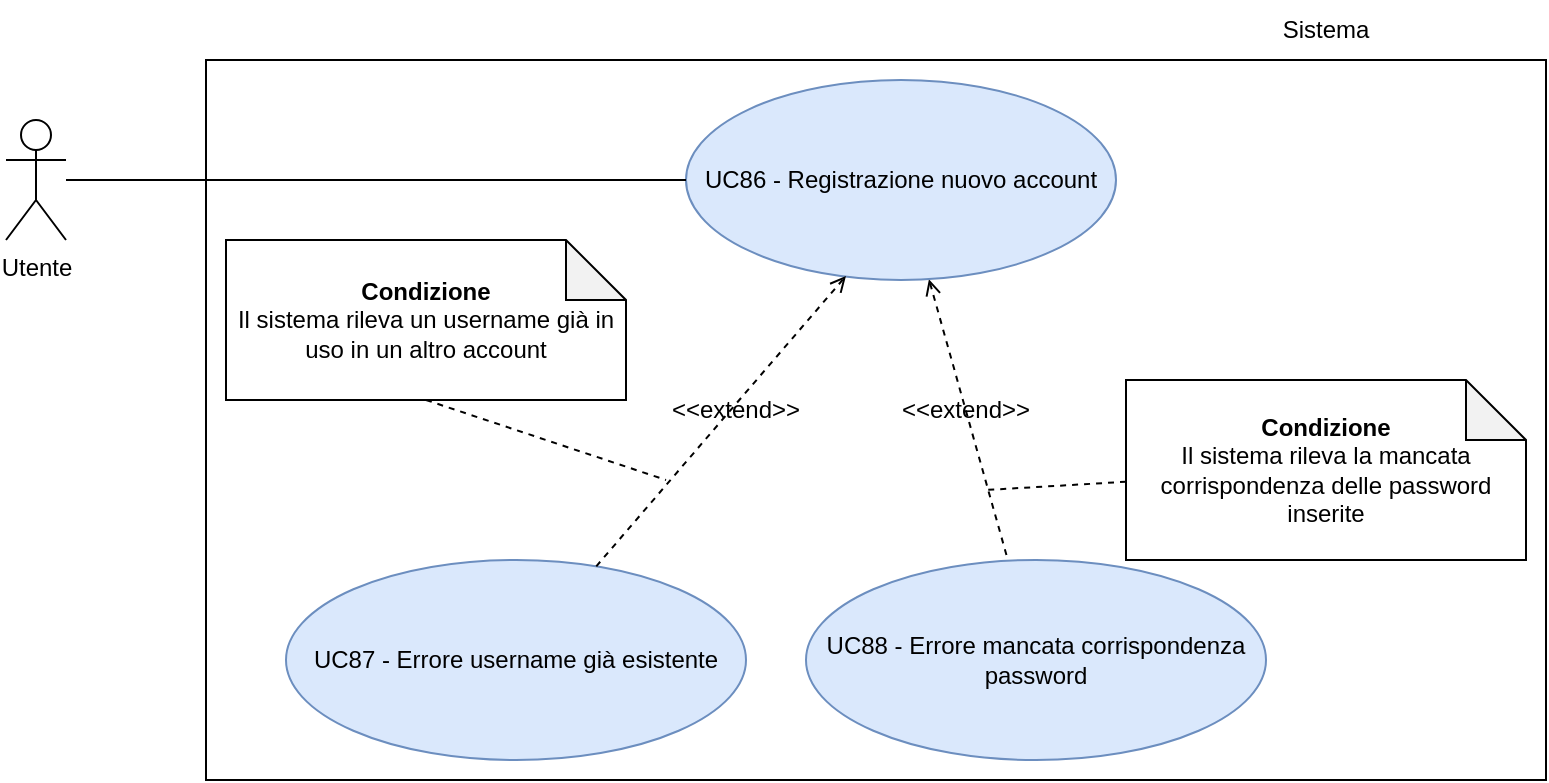
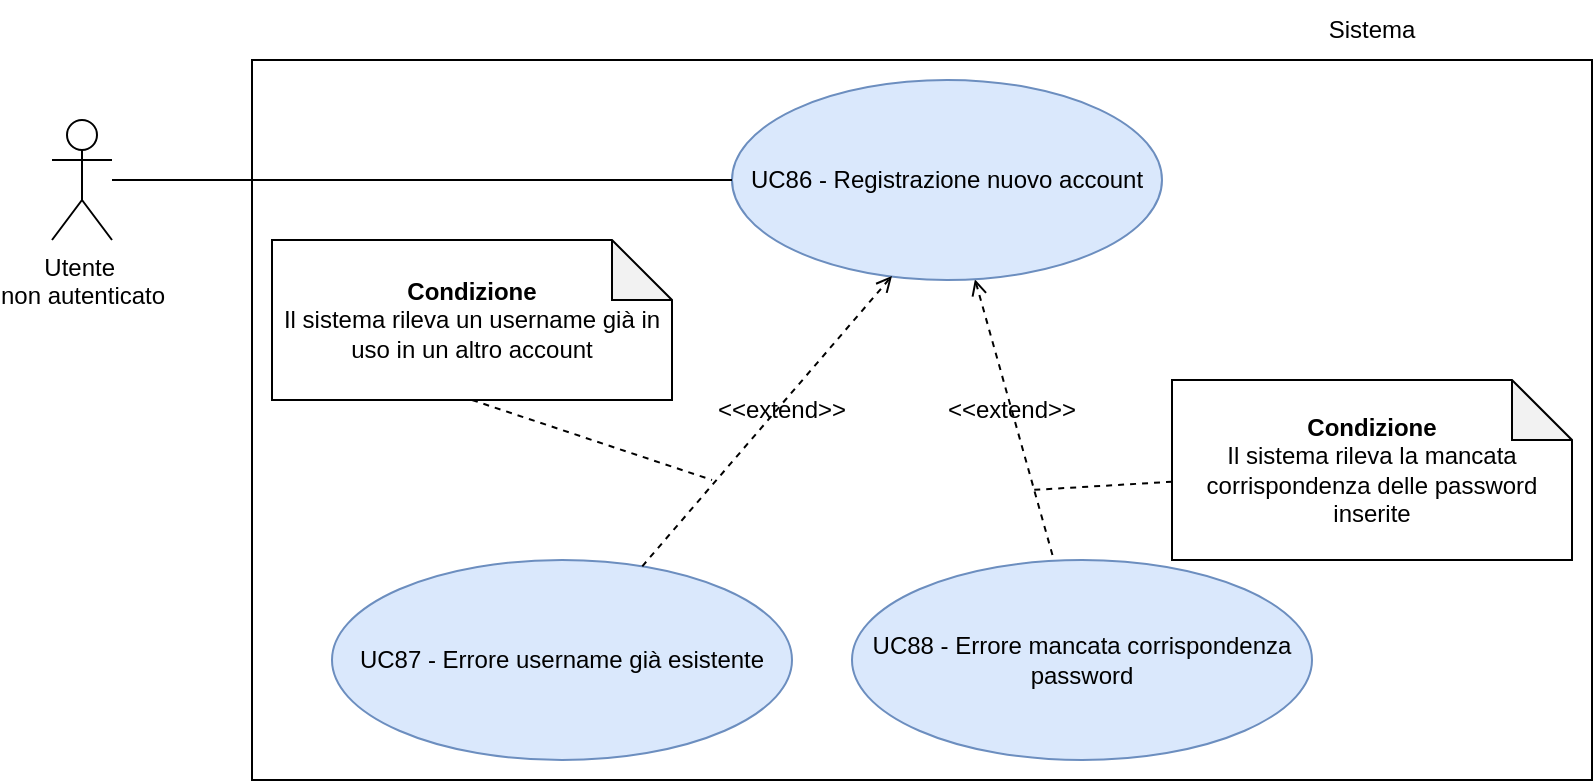
<mxfile host="Electron" agent="Mozilla/5.0 (Macintosh; Intel Mac OS X 10_15_7) AppleWebKit/537.36 (KHTML, like Gecko) draw.io/29.6.6 Chrome/144.0.7559.236 Electron/40.8.4 Safari/537.36" version="29.6.6">
  <diagram name="Page-1" id="4xtho81ADt9NAkVEL4nd">
    <mxGraphModel dx="976" dy="656" grid="1" gridSize="10" guides="1" tooltips="1" connect="1" arrows="1" fold="1" page="1" pageScale="1" pageWidth="850" pageHeight="1100" math="0" shadow="0">
      <root>
        <mxCell id="0" />
        <mxCell id="1" parent="0" />
        <mxCell id="StCBPmpuHo7DJ7ayqhCM-1" parent="1" style="rounded=0;whiteSpace=wrap;html=1;" value="" vertex="1">
          <mxGeometry height="360" width="670" x="130" y="180" as="geometry" />
        </mxCell>
        <mxCell id="jaEmoDdwr42s-Wh7kGPf-5" edge="1" parent="1" source="StCBPmpuHo7DJ7ayqhCM-2" style="rounded=0;orthogonalLoop=1;jettySize=auto;html=1;endArrow=none;endFill=0;dashed=1;startArrow=open;startFill=0;" target="jaEmoDdwr42s-Wh7kGPf-4">
          <mxGeometry relative="1" as="geometry" />
        </mxCell>
        <mxCell id="StCBPmpuHo7DJ7ayqhCM-2" parent="1" style="ellipse;whiteSpace=wrap;html=1;fillColor=#dae8fc;strokeColor=#6c8ebf;" value="UC86 - Registrazione nuovo account" vertex="1">
          <mxGeometry height="100" width="215" x="370" y="190" as="geometry" />
        </mxCell>
        <mxCell id="StCBPmpuHo7DJ7ayqhCM-4" edge="1" parent="1" source="StCBPmpuHo7DJ7ayqhCM-3" style="rounded=0;orthogonalLoop=1;jettySize=auto;html=1;endArrow=none;endFill=0;entryX=0;entryY=0.5;entryDx=0;entryDy=0;" target="StCBPmpuHo7DJ7ayqhCM-2">
          <mxGeometry relative="1" as="geometry" />
        </mxCell>
-         <mxCell id="StCBPmpuHo7DJ7ayqhCM-3" parent="1" style="shape=umlActor;verticalLabelPosition=bottom;verticalAlign=top;html=1;outlineConnect=0;" value="Utente" vertex="1">
+         <mxCell id="StCBPmpuHo7DJ7ayqhCM-3" parent="1" style="shape=umlActor;verticalLabelPosition=bottom;verticalAlign=top;html=1;outlineConnect=0;" value="Utente&amp;nbsp;&lt;div&gt;non autenticato&lt;/div&gt;" vertex="1">
          <mxGeometry height="60" width="30" x="30" y="210" as="geometry" />
        </mxCell>
        <mxCell id="StCBPmpuHo7DJ7ayqhCM-5" parent="1" style="text;html=1;whiteSpace=wrap;strokeColor=none;fillColor=none;align=center;verticalAlign=middle;rounded=0;" value="Sistema" vertex="1">
          <mxGeometry height="30" width="60" x="660" y="150" as="geometry" />
        </mxCell>
        <mxCell id="jaEmoDdwr42s-Wh7kGPf-4" parent="1" style="ellipse;whiteSpace=wrap;html=1;fillColor=#dae8fc;strokeColor=#6c8ebf;" value="UC88 - Errore mancata corrispondenza password" vertex="1">
          <mxGeometry height="100" width="230" x="430" y="430" as="geometry" />
        </mxCell>
        <mxCell id="jaEmoDdwr42s-Wh7kGPf-8" parent="1" style="text;html=1;whiteSpace=wrap;strokeColor=none;fillColor=none;align=center;verticalAlign=middle;rounded=0;" value="&amp;lt;&amp;lt;extend&amp;gt;&amp;gt;" vertex="1">
          <mxGeometry height="30" width="60" x="480" y="340" as="geometry" />
        </mxCell>
        <mxCell id="fBQLAcWwlAi13rWyMQxr-2" edge="1" parent="1" source="fBQLAcWwlAi13rWyMQxr-1" style="rounded=0;orthogonalLoop=1;jettySize=auto;html=1;dashed=1;endArrow=none;endFill=0;">
          <mxGeometry relative="1" as="geometry">
            <mxPoint x="520" y="395" as="targetPoint" />
          </mxGeometry>
        </mxCell>
        <mxCell id="fBQLAcWwlAi13rWyMQxr-1" parent="1" style="shape=note;whiteSpace=wrap;html=1;backgroundOutline=1;darkOpacity=0.05;" value="&lt;b&gt;Condizione&lt;/b&gt;&lt;div&gt;Il sistema rileva la mancata corrispondenza delle password inserite&lt;/div&gt;" vertex="1">
          <mxGeometry height="90" width="200" x="590" y="340" as="geometry" />
        </mxCell>
        <mxCell id="fBQLAcWwlAi13rWyMQxr-3" parent="1" style="ellipse;whiteSpace=wrap;html=1;fillColor=#dae8fc;strokeColor=#6c8ebf;" value="UC87 - Errore username già esistente" vertex="1">
          <mxGeometry height="100" width="230" x="170" y="430" as="geometry" />
        </mxCell>
        <mxCell id="fBQLAcWwlAi13rWyMQxr-4" edge="1" parent="1" source="fBQLAcWwlAi13rWyMQxr-3" style="rounded=0;orthogonalLoop=1;jettySize=auto;html=1;entryX=0.372;entryY=0.98;entryDx=0;entryDy=0;entryPerimeter=0;dashed=1;endArrow=open;endFill=0;" target="StCBPmpuHo7DJ7ayqhCM-2">
          <mxGeometry relative="1" as="geometry" />
        </mxCell>
        <mxCell id="fBQLAcWwlAi13rWyMQxr-5" parent="1" style="text;html=1;whiteSpace=wrap;strokeColor=none;fillColor=none;align=center;verticalAlign=middle;rounded=0;" value="&amp;lt;&amp;lt;extend&amp;gt;&amp;gt;" vertex="1">
          <mxGeometry height="30" width="60" x="365" y="340" as="geometry" />
        </mxCell>
        <mxCell id="fBQLAcWwlAi13rWyMQxr-9" edge="1" parent="1" source="fBQLAcWwlAi13rWyMQxr-7" style="rounded=0;orthogonalLoop=1;jettySize=auto;html=1;exitX=0.5;exitY=1;exitDx=0;exitDy=0;exitPerimeter=0;dashed=1;endArrow=none;endFill=0;">
          <mxGeometry relative="1" as="geometry">
            <mxPoint x="360" y="390" as="targetPoint" />
          </mxGeometry>
        </mxCell>
        <mxCell id="fBQLAcWwlAi13rWyMQxr-7" parent="1" style="shape=note;whiteSpace=wrap;html=1;backgroundOutline=1;darkOpacity=0.05;" value="&lt;b&gt;Condizione&lt;/b&gt;&lt;div&gt;Il sistema rileva un username già in uso in un altro account&lt;/div&gt;" vertex="1">
          <mxGeometry height="80" width="200" x="140" y="270" as="geometry" />
        </mxCell>
      </root>
    </mxGraphModel>
  </diagram>
</mxfile>
